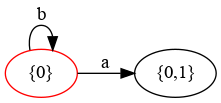
HuangOlivier/Sorbonne_L2 keeps this Graphviz diagram as Math/Python/affichage.dot.png. Above is the earlier version. Its source is kept beside it as Math/Python/affichage.dot.
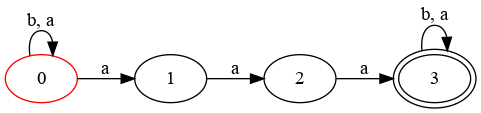
The same diagram one commit later.

Change to the diagram source:
```diff
@@ -1,7 +1,12 @@
 digraph a {
  rankdir=LR
-0[ label ="{0}", color=red ];
-0 -> 0 [ label = "b" ];
-0 -> 4 [ label = "a" ];
-4[ label ="{0,1}",];
+0[ label ="0", color=red ];
+0 -> 0 [ label = "b, a" ];
+0 -> 1 [ label = "a" ];
+1[ label ="1",];
+1 -> 2 [ label = "a" ];
+2[ label ="2",];
+2 -> 3 [ label = "a" ];
+3[ label ="3",peripheries=2 ];
+3 -> 3 [ label = "b, a" ];
 }
```
